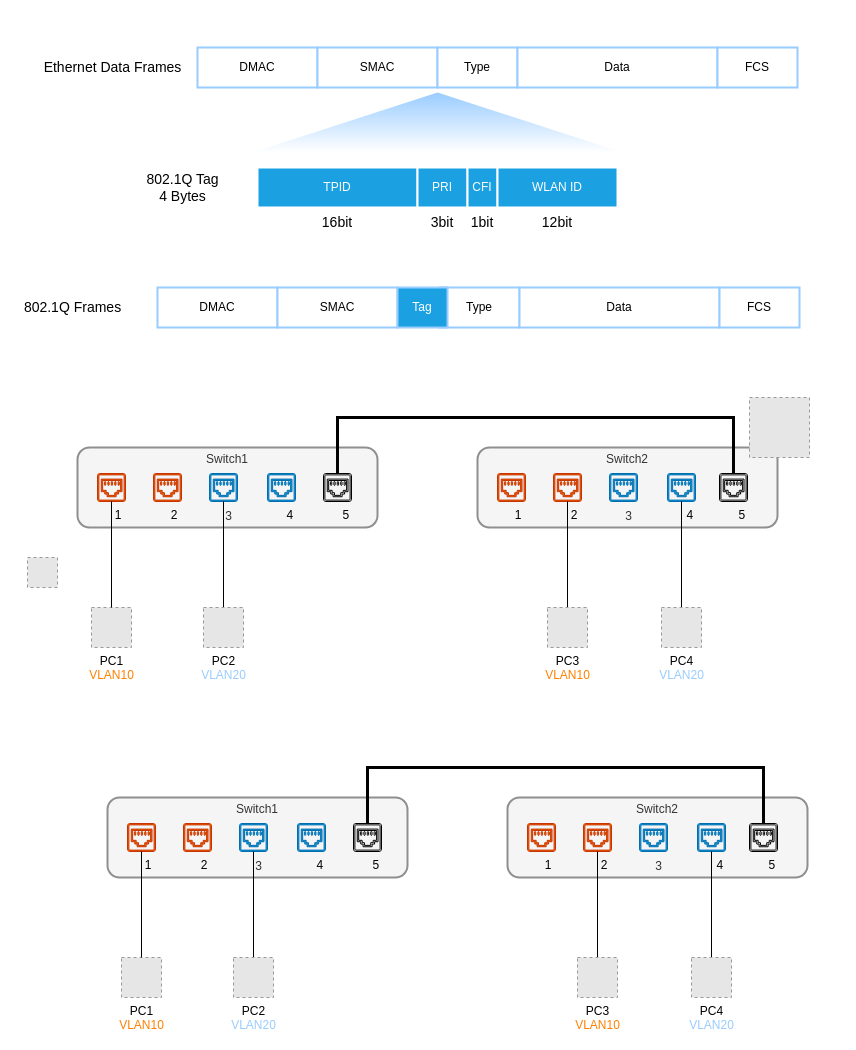
Before: page "VLAN Frame" (3 of 6) of VLAN.drawio in gaivin/drawio, a draw.io diagram. Source tidied: cells renumbered, new cells numbered last; positions are measured from the earlier drawing's top-left corner, leaving out a move shared by most shapes. Both pictures are drawn from the tidied source at 100%, with x=0, y=0 at pixel (17, -63). Pictures stored in the file or linked from it are replaced by grey dashed boxes.
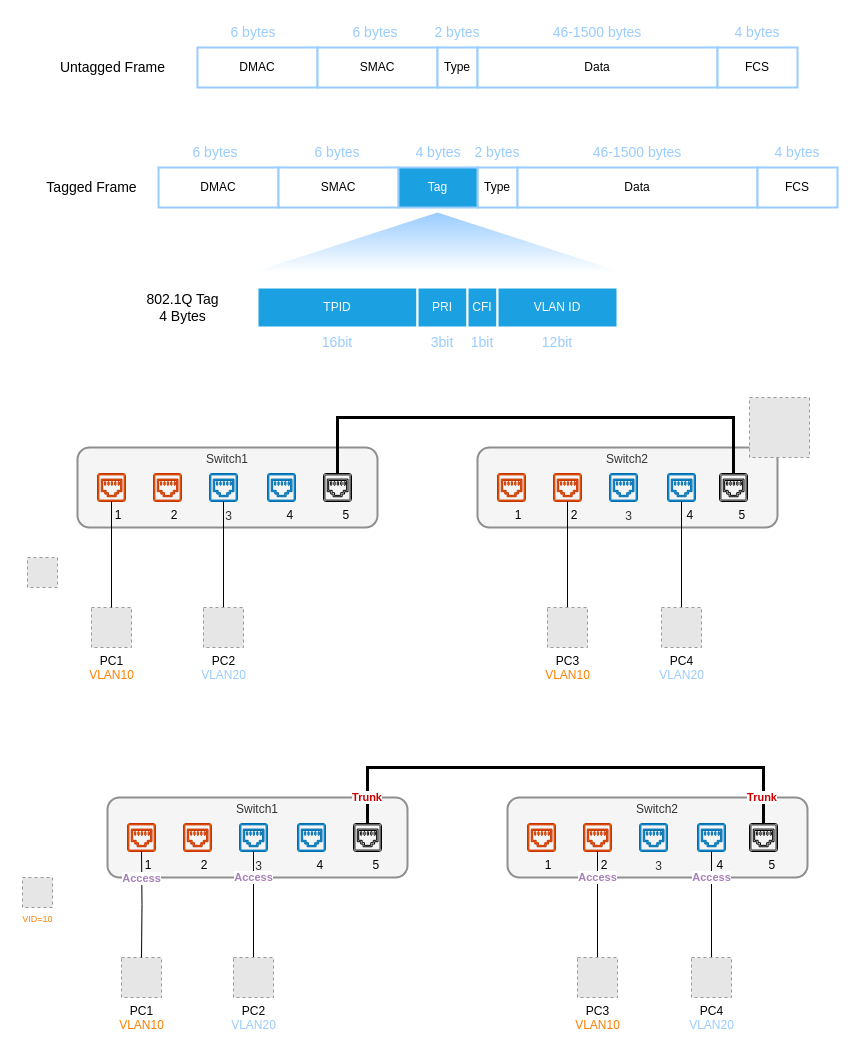
The same diagram, later.

Unchanged cells that the change refers to:
```xml
<mxCell id="52" value="PC1&lt;br&gt;&lt;font color=&quot;#ff8000&quot;&gt;VLAN10&lt;/font&gt;" style="fillColor=#E6E6E6;strokeColor=#999999;dashed=1;html=1;verticalAlign=top;verticalLabelPosition=bottom;labelBackgroundColor=#ffffff;" parent="1" vertex="1">
  <mxGeometry x="104" y="1020" width="40" height="40" as="geometry" />
</mxCell>
<mxCell id="53" value="&amp;nbsp; &amp;nbsp; 1" style="sketch=0;shadow=0;dashed=0;html=1;strokeColor=#C73500;fillColor=#fa6800;labelPosition=center;verticalLabelPosition=bottom;verticalAlign=top;align=center;outlineConnect=0;shape=mxgraph.vvd.ethernet_port;fontColor=#000000;" parent="1" vertex="1">
  <mxGeometry x="110" y="886" width="28" height="28" as="geometry" />
</mxCell>
<mxCell id="56" style="sketch=0;shadow=0;dashed=0;html=1;strokeColor=#006EAF;fillColor=#1ba1e2;labelPosition=center;verticalLabelPosition=bottom;verticalAlign=top;align=center;outlineConnect=0;shape=mxgraph.vvd.ethernet_port;fontColor=#000000;" parent="1" vertex="1">
  <mxGeometry x="222" y="886" width="28" height="28" as="geometry" />
</mxCell>
<mxCell id="59" value="PC2&lt;br&gt;&lt;font color=&quot;#99ccff&quot;&gt;VLAN20&lt;/font&gt;" style="fillColor=#E6E6E6;strokeColor=#999999;dashed=1;html=1;verticalAlign=top;verticalLabelPosition=bottom;labelBackgroundColor=#ffffff;" parent="1" vertex="1">
  <mxGeometry x="216" y="1020" width="40" height="40" as="geometry" />
</mxCell>
<mxCell id="60" value="&amp;nbsp; &amp;nbsp; &amp;nbsp;5" style="sketch=0;shadow=0;dashed=0;html=1;labelPosition=center;verticalLabelPosition=bottom;verticalAlign=top;align=center;outlineConnect=0;shape=mxgraph.vvd.ethernet_port;" parent="1" vertex="1">
  <mxGeometry x="336" y="886" width="28" height="28" as="geometry" />
</mxCell>
<mxCell id="63" value="&amp;nbsp; &amp;nbsp; 2" style="sketch=0;shadow=0;dashed=0;html=1;strokeColor=#C73500;fillColor=#fa6800;labelPosition=center;verticalLabelPosition=bottom;verticalAlign=top;align=center;outlineConnect=0;shape=mxgraph.vvd.ethernet_port;fontColor=#000000;" parent="1" vertex="1">
  <mxGeometry x="566" y="886" width="28" height="28" as="geometry" />
</mxCell>
<mxCell id="65" value="&amp;nbsp; &amp;nbsp; &amp;nbsp;4" style="sketch=0;shadow=0;dashed=0;html=1;strokeColor=#006EAF;fillColor=#1ba1e2;labelPosition=center;verticalLabelPosition=bottom;verticalAlign=top;align=center;outlineConnect=0;shape=mxgraph.vvd.ethernet_port;fontColor=#000000;" parent="1" vertex="1">
  <mxGeometry x="680" y="886" width="28" height="28" as="geometry" />
</mxCell>
<mxCell id="67" value="PC3&lt;br&gt;&lt;font color=&quot;#ff8000&quot;&gt;VLAN10&lt;/font&gt;" style="fillColor=#E6E6E6;strokeColor=#999999;dashed=1;html=1;verticalAlign=top;verticalLabelPosition=bottom;labelBackgroundColor=#ffffff;" parent="1" vertex="1">
  <mxGeometry x="560" y="1020" width="40" height="40" as="geometry" />
</mxCell>
<mxCell id="69" value="PC4&lt;br&gt;&lt;font color=&quot;#99ccff&quot;&gt;VLAN20&lt;/font&gt;" style="fillColor=#E6E6E6;strokeColor=#999999;dashed=1;html=1;verticalAlign=top;verticalLabelPosition=bottom;labelBackgroundColor=#ffffff;" parent="1" vertex="1">
  <mxGeometry x="674" y="1020" width="40" height="40" as="geometry" />
</mxCell>
<mxCell id="70" value="&amp;nbsp; &amp;nbsp; &amp;nbsp;5" style="sketch=0;shadow=0;dashed=0;html=1;labelPosition=center;verticalLabelPosition=bottom;verticalAlign=top;align=center;outlineConnect=0;shape=mxgraph.vvd.ethernet_port;" parent="1" vertex="1">
  <mxGeometry x="732" y="886" width="28" height="28" as="geometry" />
</mxCell>
```

What changed in the source:
```diff
@@
+    <mxCell id="50" value="Switch2&lt;br&gt;&lt;br&gt;&lt;br&gt;&lt;br&gt;&amp;nbsp;3" style="rounded=1;whiteSpace=wrap;html=1;fillColor=#f5f5f5;fontColor=#333333;strokeColor=#8F8F8F;strokeWidth=2;" parent="1" vertex="1">
+      <mxGeometry x="490" y="860" width="300" height="80" as="geometry" />
+    </mxCell>
@@
     <mxCell id="3" style="group;" parent="1" vertex="1">
-      <mxGeometry x="240" y="230" width="360" height="40" as="geometry" />
+      <mxGeometry x="240" y="350" width="360" height="40" as="geometry" />
     </mxCell>
@@
-    <mxCell id="7" value="WLAN ID" style="rounded=0;whiteSpace=wrap;html=1;strokeColor=#FFFFFF;strokeWidth=2;fillColor=#1ba1e2;fontColor=#ffffff;" parent="3" vertex="1">
+    <mxCell id="7" value="VLAN ID" style="rounded=0;whiteSpace=wrap;html=1;strokeColor=#FFFFFF;strokeWidth=2;fillColor=#1ba1e2;fontColor=#ffffff;" parent="3" vertex="1">
       <mxGeometry x="240" width="120" height="40" as="geometry" />
     </mxCell>
-    <mxCell id="8" style="group;" parent="1" vertex="1">
-      <mxGeometry x="180" y="110" width="600" height="40" as="geometry" />
-    </mxCell>
-    <mxCell id="9" value="DMAC" style="rounded=0;whiteSpace=wrap;html=1;strokeWidth=2;strokeColor=#99CCFF;" parent="8" vertex="1">
-      <mxGeometry width="120" height="40" as="geometry" />
-    </mxCell>
-    <mxCell id="10" value="SMAC" style="rounded=0;whiteSpace=wrap;html=1;strokeWidth=2;strokeColor=#99CCFF;" parent="8" vertex="1">
-      <mxGeometry x="120" width="120" height="40" as="geometry" />
-    </mxCell>
-    <mxCell id="11" value="Type" style="rounded=0;whiteSpace=wrap;html=1;strokeWidth=2;strokeColor=#99CCFF;" parent="8" vertex="1">
-      <mxGeometry x="240" width="80" height="40" as="geometry" />
-    </mxCell>
-    <mxCell id="12" value="Data" style="rounded=0;whiteSpace=wrap;html=1;strokeWidth=2;strokeColor=#99CCFF;" parent="8" vertex="1">
-      <mxGeometry x="320" width="200" height="40" as="geometry" />
-    </mxCell>
-    <mxCell id="13" value="FCS" style="rounded=0;whiteSpace=wrap;html=1;strokeWidth=2;strokeColor=#99CCFF;" parent="8" vertex="1">
-      <mxGeometry x="520" width="80" height="40" as="geometry" />
-    </mxCell>
     <mxCell id="14" style="triangle;whiteSpace=wrap;html=1;strokeColor=none;strokeWidth=2;fillColor=#99CCFF;rotation=-90;sketch=0;shadow=0;rounded=0;gradientDirection=west;gradientColor=#ffffff;" parent="1" vertex="1">
-      <mxGeometry x="390" width="60" height="370" as="geometry" />
+      <mxGeometry x="390" y="120" width="60" height="370" as="geometry" />
     </mxCell>
     <mxCell id="15" value="DMAC" style="rounded=0;whiteSpace=wrap;html=1;strokeWidth=2;strokeColor=#99CCFF;" parent="1" vertex="1">
-      <mxGeometry x="140" y="350" width="120" height="40" as="geometry" />
+      <mxGeometry x="141" y="230" width="120" height="40" as="geometry" />
     </mxCell>
     <mxCell id="16" value="SMAC" style="rounded=0;whiteSpace=wrap;html=1;strokeWidth=2;strokeColor=#99CCFF;" parent="1" vertex="1">
-      <mxGeometry x="260" y="350" width="120" height="40" as="geometry" />
+      <mxGeometry x="261" y="230" width="120" height="40" as="geometry" />
     </mxCell>
     <mxCell id="17" value="Type" style="rounded=0;whiteSpace=wrap;html=1;strokeWidth=2;strokeColor=#99CCFF;" parent="1" vertex="1">
-      <mxGeometry x="422" y="350" width="80" height="40" as="geometry" />
+      <mxGeometry x="460" y="230" width="40" height="40" as="geometry" />
     </mxCell>
     <mxCell id="18" value="Data" style="rounded=0;whiteSpace=wrap;html=1;strokeWidth=2;strokeColor=#99CCFF;" parent="1" vertex="1">
-      <mxGeometry x="502" y="350" width="200" height="40" as="geometry" />
+      <mxGeometry x="500" y="230" width="240" height="40" as="geometry" />
     </mxCell>
     <mxCell id="19" value="FCS" style="rounded=0;whiteSpace=wrap;html=1;strokeWidth=2;strokeColor=#99CCFF;" parent="1" vertex="1">
-      <mxGeometry x="702" y="350" width="80" height="40" as="geometry" />
+      <mxGeometry x="740" y="230" width="80" height="40" as="geometry" />
     </mxCell>
     <mxCell id="20" value="Tag" style="rounded=0;whiteSpace=wrap;html=1;strokeColor=#99CCFF;strokeWidth=2;fillColor=#1ba1e2;fontColor=#ffffff;" parent="1" vertex="1">
-      <mxGeometry x="380" y="350" width="50" height="40" as="geometry" />
+      <mxGeometry x="381" y="230" width="79" height="40" as="geometry" />
     </mxCell>
-    <mxCell id="21" value="Ethernet Data Frames" style="text;html=1;align=center;verticalAlign=middle;fillColor=none;strokeColor=none;rounded=0;shadow=0;sketch=0;fontColor=#000000;fontSize=14;" parent="1" vertex="1">
-      <mxGeometry x="20" y="120" width="150" height="20" as="geometry" />
-    </mxCell>
-    <mxCell id="22" value="802.1Q Frames" style="text;html=1;align=center;verticalAlign=middle;fillColor=none;strokeColor=none;rounded=0;shadow=0;sketch=0;fontColor=#000000;fontSize=14;" parent="1" vertex="1">
-      <mxGeometry y="360" width="110" height="20" as="geometry" />
+    <mxCell id="22" value="Tagged Frame" style="text;html=1;align=center;verticalAlign=middle;fillColor=none;strokeColor=none;rounded=0;shadow=0;sketch=0;fontColor=#000000;fontSize=14;" parent="1" vertex="1">
+      <mxGeometry x="19" y="240" width="110" height="20" as="geometry" />
     </mxCell>
     <mxCell id="23" value="802.1Q Tag&lt;br&gt;4 Bytes" style="text;html=1;align=center;verticalAlign=middle;fillColor=none;strokeColor=none;rounded=0;shadow=0;sketch=0;fontColor=#000000;fontSize=14;" parent="1" vertex="1">
-      <mxGeometry x="120" y="230" width="90" height="40" as="geometry" />
+      <mxGeometry x="120" y="350" width="90" height="40" as="geometry" />
     </mxCell>
-    <mxCell id="24" value="16bit" style="text;html=1;strokeColor=none;fillColor=none;align=center;verticalAlign=middle;whiteSpace=wrap;rounded=0;shadow=0;sketch=0;fontSize=14;fontColor=#000000;" parent="1" vertex="1">
-      <mxGeometry x="290" y="270" width="60" height="30" as="geometry" />
+    <mxCell id="24" value="16bit" style="text;html=1;strokeColor=none;fillColor=none;align=center;verticalAlign=middle;whiteSpace=wrap;rounded=0;shadow=0;sketch=0;fontSize=14;fontColor=#99CCFF;" parent="1" vertex="1">
+      <mxGeometry x="290" y="390" width="60" height="30" as="geometry" />
     </mxCell>
-    <mxCell id="25" value="3bit" style="text;html=1;strokeColor=none;fillColor=none;align=center;verticalAlign=middle;whiteSpace=wrap;rounded=0;shadow=0;sketch=0;fontSize=14;fontColor=#000000;" parent="1" vertex="1">
-      <mxGeometry x="410" y="270" width="30" height="30" as="geometry" />
+    <mxCell id="25" value="3bit" style="text;html=1;strokeColor=none;fillColor=none;align=center;verticalAlign=middle;whiteSpace=wrap;rounded=0;shadow=0;sketch=0;fontSize=14;fontColor=#99CCFF;" parent="1" vertex="1">
+      <mxGeometry x="410" y="390" width="30" height="30" as="geometry" />
     </mxCell>
-    <mxCell id="26" value="1bit" style="text;html=1;strokeColor=none;fillColor=none;align=center;verticalAlign=middle;whiteSpace=wrap;rounded=0;shadow=0;sketch=0;fontSize=14;fontColor=#000000;" parent="1" vertex="1">
-      <mxGeometry x="450" y="270" width="30" height="30" as="geometry" />
+    <mxCell id="26" value="1bit" style="text;html=1;strokeColor=none;fillColor=none;align=center;verticalAlign=middle;whiteSpace=wrap;rounded=0;shadow=0;sketch=0;fontSize=14;fontColor=#99CCFF;" parent="1" vertex="1">
+      <mxGeometry x="450" y="390" width="30" height="30" as="geometry" />
     </mxCell>
-    <mxCell id="27" value="12bit" style="text;html=1;strokeColor=none;fillColor=none;align=center;verticalAlign=middle;whiteSpace=wrap;rounded=0;shadow=0;sketch=0;fontSize=14;fontColor=#000000;" parent="1" vertex="1">
-      <mxGeometry x="510" y="270" width="60" height="30" as="geometry" />
+    <mxCell id="27" value="12bit" style="text;html=1;strokeColor=none;fillColor=none;align=center;verticalAlign=middle;whiteSpace=wrap;rounded=0;shadow=0;sketch=0;fontSize=14;fontColor=#99CCFF;" parent="1" vertex="1">
+      <mxGeometry x="510" y="390" width="60" height="30" as="geometry" />
     </mxCell>
@@
-    <mxCell id="50" value="Switch2&lt;br&gt;&lt;br&gt;&lt;br&gt;&lt;br&gt;&amp;nbsp;3" style="rounded=1;whiteSpace=wrap;html=1;fillColor=#f5f5f5;fontColor=#333333;strokeColor=#8F8F8F;strokeWidth=2;" parent="1" vertex="1">
-      <mxGeometry x="490" y="860" width="300" height="80" as="geometry" />
-    </mxCell>
@@
-    <mxCell id="54" style="edgeStyle=orthogonalEdgeStyle;rounded=0;jettySize=auto;html=1;endArrow=none;endFill=0;" parent="1" edge="1" source="52" target="53">
-      <mxGeometry relative="1" as="geometry" />
-    </mxCell>
@@
-    <mxCell id="58" style="edgeStyle=orthogonalEdgeStyle;rounded=0;jettySize=auto;html=1;endArrow=none;endFill=0;" parent="1" edge="1" source="59" target="56">
-      <mxGeometry relative="1" as="geometry" />
+    <mxCell id="58" value="Access" style="edgeStyle=orthogonalEdgeStyle;rounded=0;jettySize=auto;html=1;endArrow=none;endFill=0;fontColor=#A680B8;fontStyle=1;" parent="1" edge="1" source="59" target="56">
+      <mxGeometry x="0.51" relative="1" as="geometry" />
     </mxCell>
@@
-    <mxCell id="61" style="edgeStyle=orthogonalEdgeStyle;rounded=0;jettySize=auto;html=1;fontSize=14;fontColor=#000000;endArrow=none;endFill=0;strokeWidth=3;" parent="1" edge="1" source="60" target="70">
+    <mxCell id="61" style="edgeStyle=orthogonalEdgeStyle;rounded=0;jettySize=auto;html=1;fontSize=14;fontColor=#000000;endArrow=none;endFill=0;strokeWidth=3;startArrow=none;" parent="1" edge="1" source="60" target="70">
       <mxGeometry relative="1" as="geometry">
         <Array as="points">
           <mxPoint x="350" y="830" />
           <mxPoint x="746" y="830" />
         </Array>
       </mxGeometry>
     </mxCell>
@@
-    <mxCell id="66" style="edgeStyle=orthogonalEdgeStyle;rounded=0;jettySize=auto;html=1;endArrow=none;endFill=0;" parent="1" edge="1" source="67" target="63">
-      <mxGeometry relative="1" as="geometry" />
+    <mxCell id="66" value="Access" style="edgeStyle=orthogonalEdgeStyle;rounded=0;jettySize=auto;html=1;endArrow=none;endFill=0;fontColor=#A680B8;fontStyle=1;" parent="1" edge="1" source="67" target="63">
+      <mxGeometry x="0.51" relative="1" as="geometry" />
     </mxCell>
@@
-    <mxCell id="68" style="edgeStyle=orthogonalEdgeStyle;rounded=0;jettySize=auto;html=1;endArrow=none;endFill=0;" parent="1" edge="1" source="69" target="65">
-      <mxGeometry relative="1" as="geometry" />
+    <mxCell id="68" value="Access" style="edgeStyle=orthogonalEdgeStyle;rounded=0;jettySize=auto;html=1;endArrow=none;endFill=0;fontColor=#A680B8;fontStyle=1;" parent="1" edge="1" source="69" target="65">
+      <mxGeometry x="0.51" relative="1" as="geometry" />
     </mxCell>
@@
+    <mxCell id="71" value="6 bytes" style="text;html=1;strokeColor=none;fillColor=none;align=center;verticalAlign=middle;whiteSpace=wrap;rounded=0;shadow=0;sketch=0;fontSize=14;fontColor=#99CCFF;" parent="1" vertex="1">
+      <mxGeometry x="168" y="200" width="60" height="30" as="geometry" />
+    </mxCell>
+    <mxCell id="72" value="6 bytes" style="text;html=1;strokeColor=none;fillColor=none;align=center;verticalAlign=middle;whiteSpace=wrap;rounded=0;shadow=0;sketch=0;fontSize=14;fontColor=#99CCFF;" parent="1" vertex="1">
+      <mxGeometry x="290" y="200" width="60" height="30" as="geometry" />
+    </mxCell>
+    <mxCell id="73" value="4 bytes" style="text;html=1;strokeColor=none;fillColor=none;align=center;verticalAlign=middle;whiteSpace=wrap;rounded=0;shadow=0;sketch=0;fontSize=14;fontColor=#99CCFF;" parent="1" vertex="1">
+      <mxGeometry x="750" y="200" width="60" height="30" as="geometry" />
+    </mxCell>
+    <mxCell id="74" value="46-1500 bytes" style="text;html=1;strokeColor=none;fillColor=none;align=center;verticalAlign=middle;whiteSpace=wrap;rounded=0;shadow=0;sketch=0;fontSize=14;fontColor=#99CCFF;" parent="1" vertex="1">
+      <mxGeometry x="560" y="200" width="120" height="30" as="geometry" />
+    </mxCell>
+    <mxCell id="75" value="4 bytes" style="text;html=1;strokeColor=none;fillColor=none;align=center;verticalAlign=middle;whiteSpace=wrap;rounded=0;shadow=0;sketch=0;fontSize=14;fontColor=#99CCFF;" parent="1" vertex="1">
+      <mxGeometry x="390.5" y="200" width="60" height="30" as="geometry" />
+    </mxCell>
+    <mxCell id="76" value="2 bytes" style="text;html=1;strokeColor=none;fillColor=none;align=center;verticalAlign=middle;whiteSpace=wrap;rounded=0;shadow=0;sketch=0;fontSize=14;fontColor=#99CCFF;" parent="1" vertex="1">
+      <mxGeometry x="450" y="200" width="60" height="30" as="geometry" />
+    </mxCell>
+    <mxCell id="77" style="group;" parent="1" vertex="1">
+      <mxGeometry x="35" y="80" width="745" height="70" as="geometry" />
+    </mxCell>
+    <mxCell id="21" value="Untagged Frame" style="text;html=1;align=center;verticalAlign=middle;fillColor=none;strokeColor=none;rounded=0;shadow=0;sketch=0;fontColor=#000000;fontSize=14;" parent="77" vertex="1">
+      <mxGeometry y="40" width="120" height="20" as="geometry" />
+    </mxCell>
+    <mxCell id="78" value="6 bytes" style="text;html=1;strokeColor=none;fillColor=none;align=center;verticalAlign=middle;whiteSpace=wrap;rounded=0;shadow=0;sketch=0;fontSize=14;fontColor=#99CCFF;" parent="77" vertex="1">
+      <mxGeometry x="171" width="60" height="30" as="geometry" />
+    </mxCell>
+    <mxCell id="79" value="6 bytes" style="text;html=1;strokeColor=none;fillColor=none;align=center;verticalAlign=middle;whiteSpace=wrap;rounded=0;shadow=0;sketch=0;fontSize=14;fontColor=#99CCFF;" parent="77" vertex="1">
+      <mxGeometry x="293" width="60" height="30" as="geometry" />
+    </mxCell>
+    <mxCell id="9" value="DMAC" style="rounded=0;whiteSpace=wrap;html=1;strokeWidth=2;strokeColor=#99CCFF;" parent="77" vertex="1">
+      <mxGeometry x="145" y="30" width="120" height="40" as="geometry" />
+    </mxCell>
+    <mxCell id="10" value="SMAC" style="rounded=0;whiteSpace=wrap;html=1;strokeWidth=2;strokeColor=#99CCFF;" parent="77" vertex="1">
+      <mxGeometry x="265" y="30" width="120" height="40" as="geometry" />
+    </mxCell>
+    <mxCell id="11" value="Type" style="rounded=0;whiteSpace=wrap;html=1;strokeWidth=2;strokeColor=#99CCFF;" parent="77" vertex="1">
+      <mxGeometry x="385" y="30" width="40" height="40" as="geometry" />
+    </mxCell>
+    <mxCell id="12" value="Data" style="rounded=0;whiteSpace=wrap;html=1;strokeWidth=2;strokeColor=#99CCFF;" parent="77" vertex="1">
+      <mxGeometry x="425" y="30" width="240" height="40" as="geometry" />
+    </mxCell>
+    <mxCell id="13" value="FCS" style="rounded=0;whiteSpace=wrap;html=1;strokeWidth=2;strokeColor=#99CCFF;" parent="77" vertex="1">
+      <mxGeometry x="665" y="30" width="80" height="40" as="geometry" />
+    </mxCell>
+    <mxCell id="80" value="4 bytes" style="text;html=1;strokeColor=none;fillColor=none;align=center;verticalAlign=middle;whiteSpace=wrap;rounded=0;shadow=0;sketch=0;fontSize=14;fontColor=#99CCFF;" parent="77" vertex="1">
+      <mxGeometry x="675" width="60" height="30" as="geometry" />
+    </mxCell>
+    <mxCell id="81" value="46-1500 bytes" style="text;html=1;strokeColor=none;fillColor=none;align=center;verticalAlign=middle;whiteSpace=wrap;rounded=0;shadow=0;sketch=0;fontSize=14;fontColor=#99CCFF;" parent="77" vertex="1">
+      <mxGeometry x="485" width="120" height="30" as="geometry" />
+    </mxCell>
+    <mxCell id="82" value="2 bytes" style="text;html=1;strokeColor=none;fillColor=none;align=center;verticalAlign=middle;whiteSpace=wrap;rounded=0;shadow=0;sketch=0;fontSize=14;fontColor=#99CCFF;" parent="77" vertex="1">
+      <mxGeometry x="375" width="60" height="30" as="geometry" />
+    </mxCell>
+    <mxCell id="83" value="Access" style="edgeStyle=orthogonalEdgeStyle;rounded=0;jettySize=auto;html=1;endArrow=none;endFill=0;fontColor=#A680B8;fontStyle=1;" parent="1" edge="1" target="53">
+      <mxGeometry x="0.51" relative="1" as="geometry">
+        <mxPoint x="124" y="1020" as="sourcePoint" />
+      </mxGeometry>
+    </mxCell>
+    <mxCell id="84" value="Trunk" style="text;html=1;strokeColor=none;fillColor=none;align=center;verticalAlign=middle;whiteSpace=wrap;rounded=0;shadow=0;sketch=0;fontSize=11;fontColor=#CC0000;fontStyle=1;labelBackgroundColor=default;" parent="1" vertex="1">
+      <mxGeometry x="715" y="845" width="60" height="30" as="geometry" />
+    </mxCell>
+    <mxCell id="85" value="Trunk" style="text;html=1;strokeColor=none;fillColor=none;align=center;verticalAlign=middle;whiteSpace=wrap;rounded=0;shadow=0;sketch=0;fontSize=11;fontColor=#CC0000;fontStyle=1;labelBackgroundColor=default;" parent="1" vertex="1">
+      <mxGeometry x="320" y="845" width="60" height="30" as="geometry" />
+    </mxCell>
+    <mxCell id="86" value="VID=10" style="fillColor=#E6E6E6;strokeColor=#999999;dashed=1;html=1;verticalAlign=top;verticalLabelPosition=bottom;labelBackgroundColor=#ffffff;fontSize=9;fontColor=#FF8000;" parent="1" vertex="1">
+      <mxGeometry x="5" y="940" width="30" height="30" as="geometry" />
+    </mxCell>
```
